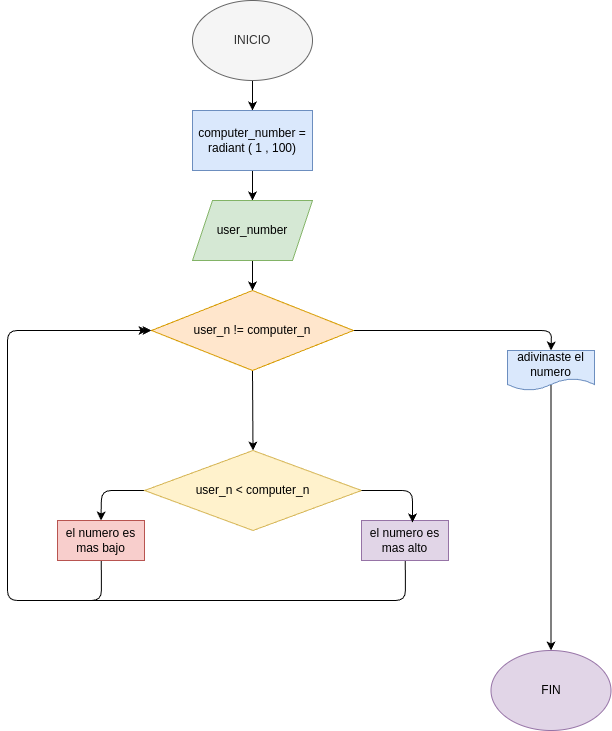
The draw.io diagram Ejercicio No.3/diagrama.png in stebancarrenoaraque/EJERCICIOS-PRACTICA-WHILE, before a commit. Source tidied: cells renumbered, new cells last; positions are measured from the earlier drawing's top-left corner, leaving out a move shared by most shapes.
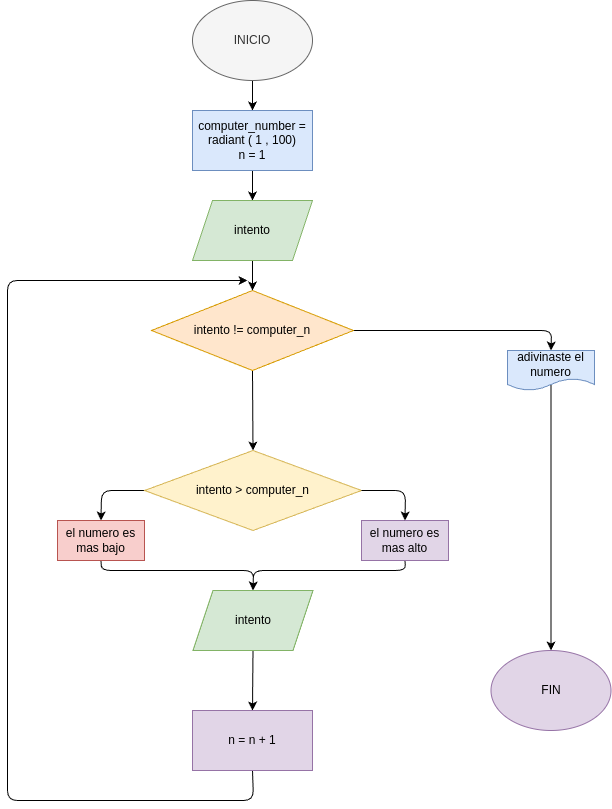
The same file after the commit.

Commit message:
se actualizo el README con analisis y diseño

The edit, as a diff of the source:
```diff
@@ -18,19 +18,19 @@
         </Array>
       </mxGeometry>
     </mxCell>
-    <mxCell id="6" value="user_n != computer_n" style="rhombus;whiteSpace=wrap;html=1;fillColor=#ffe6cc;strokeColor=#d79b00;" parent="1" vertex="1">
+    <mxCell id="6" value="intento != computer_n" style="rhombus;whiteSpace=wrap;html=1;fillColor=#ffe6cc;strokeColor=#d79b00;" parent="1" vertex="1">
       <mxGeometry x="144" y="290" width="202" height="80" as="geometry" />
     </mxCell>
     <mxCell id="7" style="edgeStyle=none;html=1;exitX=0.5;exitY=1;exitDx=0;exitDy=0;entryX=0.5;entryY=0;entryDx=0;entryDy=0;" parent="1" edge="1" source="8" target="10">
       <mxGeometry relative="1" as="geometry" />
     </mxCell>
-    <mxCell id="8" value="computer_number = radiant ( 1 , 100)" style="rounded=0;whiteSpace=wrap;html=1;fillColor=#dae8fc;strokeColor=#6c8ebf;" parent="1" vertex="1">
+    <mxCell id="8" value="computer_number = radiant ( 1 , 100)&lt;div&gt;n = 1&lt;/div&gt;" style="rounded=0;whiteSpace=wrap;html=1;fillColor=#dae8fc;strokeColor=#6c8ebf;" parent="1" vertex="1">
       <mxGeometry x="185" y="110" width="120" height="60" as="geometry" />
     </mxCell>
     <mxCell id="9" style="edgeStyle=none;html=1;exitX=0.5;exitY=1;exitDx=0;exitDy=0;entryX=0.5;entryY=0;entryDx=0;entryDy=0;" parent="1" edge="1" source="10" target="6">
       <mxGeometry relative="1" as="geometry" />
     </mxCell>
-    <mxCell id="10" value="user_number" style="shape=parallelogram;perimeter=parallelogramPerimeter;whiteSpace=wrap;html=1;fixedSize=1;fillColor=#d5e8d4;strokeColor=#82b366;" parent="1" vertex="1">
+    <mxCell id="10" value="intento" style="shape=parallelogram;perimeter=parallelogramPerimeter;whiteSpace=wrap;html=1;fixedSize=1;fillColor=#d5e8d4;strokeColor=#82b366;" parent="1" vertex="1">
       <mxGeometry x="185" y="200" width="120" height="60" as="geometry" />
     </mxCell>
     <mxCell id="11" style="edgeStyle=none;html=1;exitX=0;exitY=0.5;exitDx=0;exitDy=0;entryX=0.5;entryY=0;entryDx=0;entryDy=0;" parent="1" edge="1" source="12" target="14">
@@ -40,31 +40,28 @@
         </Array>
       </mxGeometry>
     </mxCell>
-    <mxCell id="12" value="user_n &amp;lt; computer_n" style="rhombus;whiteSpace=wrap;html=1;fillColor=#fff2cc;strokeColor=#d6b656;" parent="1" vertex="1">
+    <mxCell id="12" value="intento &amp;gt; computer_n" style="rhombus;whiteSpace=wrap;html=1;fillColor=#fff2cc;strokeColor=#d6b656;" parent="1" vertex="1">
       <mxGeometry x="137" y="450" width="217" height="80" as="geometry" />
     </mxCell>
-    <mxCell id="13" style="edgeStyle=none;html=1;exitX=0.5;exitY=0;exitDx=0;exitDy=0;" parent="1" edge="1" source="14">
-      <mxGeometry relative="1" as="geometry">
-        <mxPoint x="140" y="330" as="targetPoint" />
-        <Array as="points">
-          <mxPoint x="94" y="600" />
-          <mxPoint y="600" />
-          <mxPoint y="330" />
-        </Array>
-      </mxGeometry>
-    </mxCell>
+    <mxCell id="21" style="edgeStyle=none;html=1;exitX=0.5;exitY=1;exitDx=0;exitDy=0;entryX=0.5;entryY=0;entryDx=0;entryDy=0;" parent="1" edge="1" source="14" target="25">
+      <mxGeometry relative="1" as="geometry">
+        <Array as="points">
+          <mxPoint x="94" y="570" />
+          <mxPoint x="246" y="570" />
+        </Array>
+      </mxGeometry>
+    </mxCell>
     <mxCell id="14" value="el numero es mas bajo" style="shape=label;whiteSpace=wrap;html=1;boundedLbl=1;fillColor=#f8cecc;strokeColor=#b85450;rounded=0;" parent="1" vertex="1">
       <mxGeometry x="50" y="520" width="87" height="40" as="geometry" />
     </mxCell>
-    <mxCell id="15" style="edgeStyle=none;html=1;exitX=0.5;exitY=0;exitDx=0;exitDy=0;entryX=0;entryY=0.5;entryDx=0;entryDy=0;" parent="1" edge="1" source="16" target="6">
-      <mxGeometry relative="1" as="geometry">
-        <Array as="points">
-          <mxPoint x="398" y="600" />
-          <mxPoint y="600" />
-          <mxPoint y="330" />
-        </Array>
-      </mxGeometry>
-    </mxCell>
+    <mxCell id="22" style="edgeStyle=none;html=1;exitX=0.5;exitY=1;exitDx=0;exitDy=0;entryX=0.5;entryY=0;entryDx=0;entryDy=0;" parent="1" edge="1" source="16" target="25">
+      <mxGeometry relative="1" as="geometry">
+        <Array as="points">
+          <mxPoint x="398" y="570" />
+          <mxPoint x="246" y="570" />
+        </Array>
+      </mxGeometry>
+    </mxCell>
     <mxCell id="16" value="el numero es mas alto" style="shape=label;whiteSpace=wrap;html=1;boundedLbl=1;fillColor=#e1d5e7;strokeColor=#9673a6;rounded=0;" parent="1" vertex="1">
       <mxGeometry x="354" y="520" width="87" height="40" as="geometry" />
     </mxCell>
@@ -74,15 +71,35 @@
     <mxCell id="18" value="adivinaste el numero" style="shape=document;whiteSpace=wrap;html=1;boundedLbl=1;fillColor=#dae8fc;strokeColor=#6c8ebf;" parent="1" vertex="1">
       <mxGeometry x="500" y="350" width="87" height="40" as="geometry" />
     </mxCell>
-    <mxCell id="19" style="edgeStyle=none;html=1;exitX=1;exitY=0.5;exitDx=0;exitDy=0;entryX=0.586;entryY=0.05;entryDx=0;entryDy=0;entryPerimeter=0;" parent="1" edge="1" source="12" target="16">
+    <mxCell id="19" style="edgeStyle=none;html=1;exitX=1;exitY=0.5;exitDx=0;exitDy=0;entryX=0.5;entryY=0;entryDx=0;entryDy=0;" parent="1" edge="1" source="12" target="16">
       <mxGeometry relative="1" as="geometry">
         <Array as="points">
-          <mxPoint x="405" y="490" />
+          <mxPoint x="398" y="490" />
         </Array>
       </mxGeometry>
     </mxCell>
     <mxCell id="20" value="FIN" style="ellipse;whiteSpace=wrap;html=1;fillColor=#e1d5e7;strokeColor=#9673a6;" parent="1" vertex="1">
       <mxGeometry x="483.5" y="650" width="120" height="80" as="geometry" />
     </mxCell>
+    <mxCell id="23" style="edgeStyle=none;html=1;exitX=0.5;exitY=1;exitDx=0;exitDy=0;" parent="1" edge="1" source="26">
+      <mxGeometry relative="1" as="geometry">
+        <mxPoint x="240" y="280" as="targetPoint" />
+        <Array as="points">
+          <mxPoint x="246" y="800" />
+          <mxPoint y="800" />
+          <mxPoint y="690" />
+          <mxPoint y="280" />
+        </Array>
+      </mxGeometry>
+    </mxCell>
+    <mxCell id="24" style="edgeStyle=none;html=1;exitX=0.5;exitY=1;exitDx=0;exitDy=0;entryX=0.5;entryY=0;entryDx=0;entryDy=0;" parent="1" edge="1" source="25" target="26">
+      <mxGeometry relative="1" as="geometry" />
+    </mxCell>
+    <mxCell id="25" value="intento" style="shape=parallelogram;perimeter=parallelogramPerimeter;whiteSpace=wrap;html=1;fixedSize=1;fillColor=#d5e8d4;strokeColor=#82b366;" parent="1" vertex="1">
+      <mxGeometry x="185.5" y="590" width="120" height="60" as="geometry" />
+    </mxCell>
+    <mxCell id="26" value="n = n + 1" style="rounded=0;whiteSpace=wrap;html=1;fillColor=#e1d5e7;strokeColor=#9673a6;" parent="1" vertex="1">
+      <mxGeometry x="185" y="710" width="120" height="60" as="geometry" />
+    </mxCell>
   </root>
 </mxGraphModel>
```
